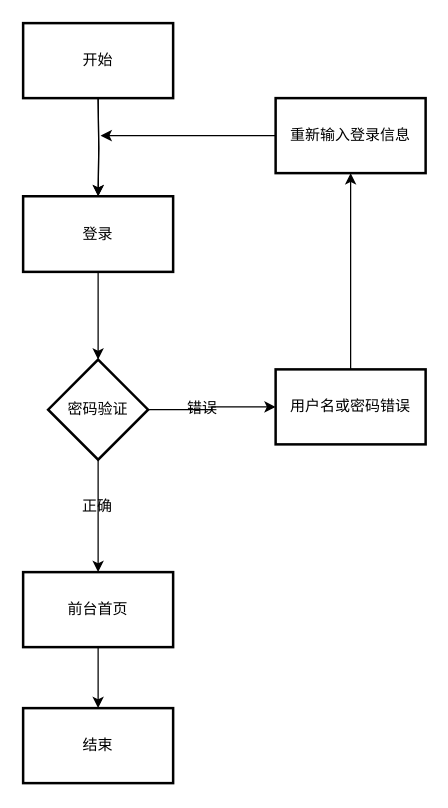
The draw.io diagram page "第 7 页" (7 of 11) of 未命名绘图.drawio in bcxdawn222/Bank, before the edit. Source tidied: cells renumbered, new cells numbered last; positions are measured from the earlier drawing's top-left corner, leaving out a move shared by most shapes. Both pictures are drawn from the tidied source at 125%, with x=0, y=0 at pixel (22, 22).
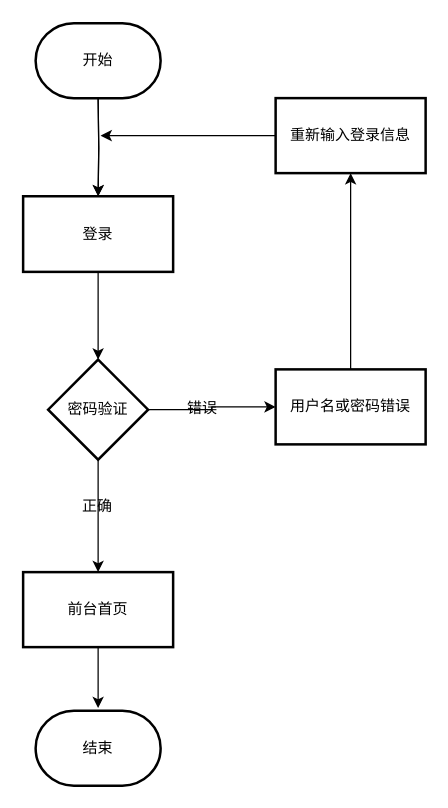
The same page after the edit.

The edit, as a diff of the source:
```diff
@@
-    <mxCell id="17" value="&lt;font&gt;开始&lt;/font&gt;" style="rounded=0;whiteSpace=wrap;html=1;strokeWidth=2;fontFamily=宋体;labelBackgroundColor=none;fontSize=12;" parent="1" vertex="1">
-      <mxGeometry width="120" height="60" as="geometry" />
+    <mxCell id="17" value="&lt;span style=&quot;font-family: 宋体;&quot;&gt;开始&lt;/span&gt;" style="strokeWidth=2;html=1;shape=mxgraph.flowchart.terminator;whiteSpace=wrap;" parent="1" vertex="1">
+      <mxGeometry x="10" width="100" height="60" as="geometry" />
     </mxCell>
-    <mxCell id="18" value="&lt;font&gt;结束&lt;/font&gt;" style="rounded=0;whiteSpace=wrap;html=1;strokeWidth=2;fontFamily=宋体;labelBackgroundColor=none;fontSize=12;" parent="1" vertex="1">
-      <mxGeometry y="548" width="120" height="60" as="geometry" />
+    <mxCell id="18" value="&lt;span style=&quot;font-family: 宋体;&quot;&gt;结束&lt;/span&gt;" style="strokeWidth=2;html=1;shape=mxgraph.flowchart.terminator;whiteSpace=wrap;" parent="1" vertex="1">
+      <mxGeometry x="10" y="550" width="100" height="60" as="geometry" />
     </mxCell>
```
